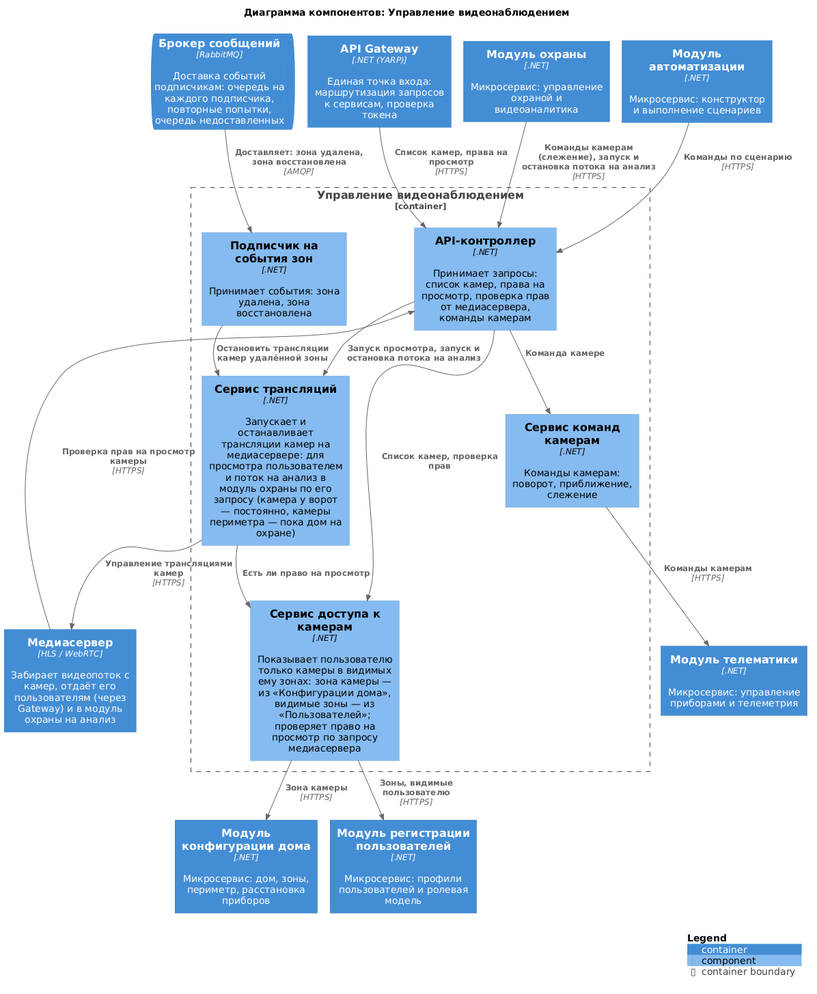
This is diagrams/components/video-control.png from Lyamin-av/architecture-warmhouse, a PlantUML export, as it was before one commit. Its diagram source:
```plantuml
@startuml video-control
!include <C4/C4_Component>

title Диаграмма компонентов: Управление видеонаблюдением

Container(Gateway, "API Gateway", ".NET (YARP)", "Единая точка входа: маршрутизация запросов к сервисам, проверка токена")
Container(MediaServer, "Медиасервер", "HLS / WebRTC", "Забирает видеопоток с камер, отдаёт его пользователям (через Gateway) и в модуль охраны на анализ")
Container(Security, "Модуль охраны", ".NET", "Микросервис: управление охраной и видеоаналитика")
Container(Automation, "Модуль автоматизации", ".NET", "Микросервис: конструктор и выполнение сценариев")
Container(HouseConfigurator, "Модуль конфигурации дома", ".NET", "Микросервис: дом, зоны, периметр, расстановка приборов")
Container(Users, "Модуль регистрации пользователей", ".NET", "Микросервис: профили пользователей и ролевая модель")
Container(Telematics, "Модуль телематики", ".NET", "Микросервис: управление приборами и телеметрия")
ContainerQueue(Broker, "Брокер сообщений", "RabbitMQ", "Доставка событий подписчикам: очередь на каждого подписчика, повторные попытки, очередь недоставленных")

Container_Boundary(VideoControl, "Управление видеонаблюдением") {
    Component(api, "API-контроллер", ".NET", "Принимает запросы: список камер, права на просмотр, проверка прав от медиасервера, команды камерам")
    Component(access, "Сервис доступа к камерам", ".NET", "Показывает пользователю только камеры в видимых ему зонах: зона камеры — из «Конфигурации дома», видимые зоны — из «Пользователей»; проверяет право на просмотр по запросу медиасервера")
    Component(streams, "Сервис трансляций", ".NET", "Запускает и останавливает трансляции камер на медиасервере: для просмотра пользователем и поток на анализ в модуль охраны по его запросу (камера у ворот — постоянно, камеры периметра — пока дом на охране)")
    Component(commands, "Сервис команд камерам", ".NET", "Команды камерам: поворот, приближение, слежение")
    Component(subscriber, "Подписчик на события зон", ".NET", "Принимает события: зона удалена, зона восстановлена")
}

Rel(Gateway, api, "Список камер, права на просмотр", "HTTPS")
Rel(MediaServer, api, "Проверка прав на просмотр камеры", "HTTPS")
Rel(Security, api, "Команды камерам (слежение), запуск и остановка потока на анализ", "HTTPS")
Rel(Automation, api, "Команды по сценарию", "HTTPS")
Rel(Broker, subscriber, "Доставляет: зона удалена, зона восстановлена", "AMQP")

Rel(api, access, "Список камер, проверка прав")
Rel(api, streams, "Запуск просмотра, запуск и остановка потока на анализ")
Rel(api, commands, "Команда камере")
Rel(streams, access, "Есть ли право на просмотр")
Rel(subscriber, streams, "Остановить трансляции камер удалённой зоны")

Rel(access, HouseConfigurator, "Зона камеры", "HTTPS")
Rel(access, Users, "Зоны, видимые пользователю", "HTTPS")
Rel(streams, MediaServer, "Управление трансляциями камер", "HTTPS")
Rel(commands, Telematics, "Команды камерам", "HTTPS")


SHOW_LEGEND()
@enduml
```
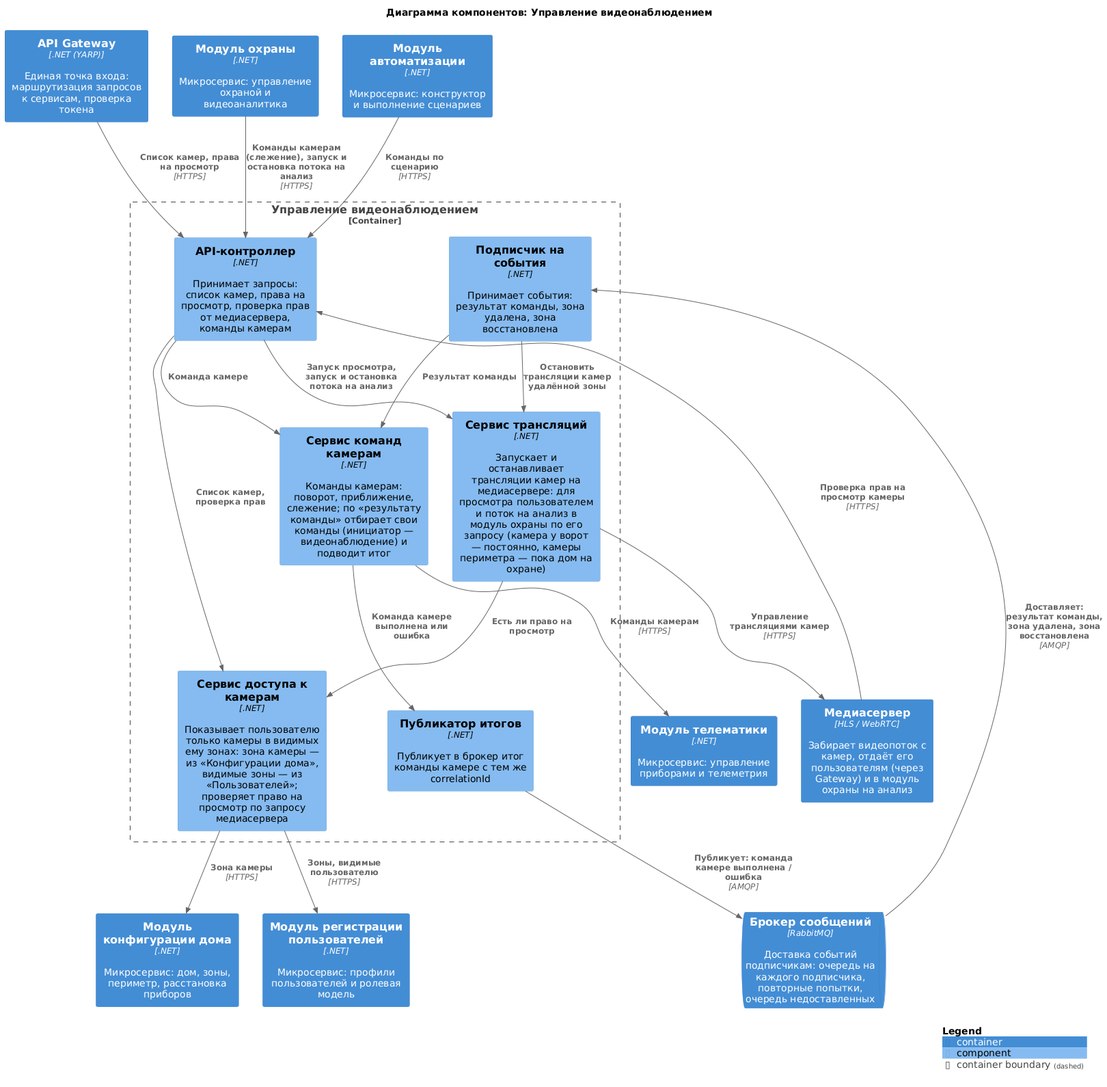
After the change.

The edit, as a diff of the source:
```diff
@@ -16,21 +16,25 @@
     Component(api, "API-контроллер", ".NET", "Принимает запросы: список камер, права на просмотр, проверка прав от медиасервера, команды камерам")
     Component(access, "Сервис доступа к камерам", ".NET", "Показывает пользователю только камеры в видимых ему зонах: зона камеры — из «Конфигурации дома», видимые зоны — из «Пользователей»; проверяет право на просмотр по запросу медиасервера")
     Component(streams, "Сервис трансляций", ".NET", "Запускает и останавливает трансляции камер на медиасервере: для просмотра пользователем и поток на анализ в модуль охраны по его запросу (камера у ворот — постоянно, камеры периметра — пока дом на охране)")
-    Component(commands, "Сервис команд камерам", ".NET", "Команды камерам: поворот, приближение, слежение")
-    Component(subscriber, "Подписчик на события зон", ".NET", "Принимает события: зона удалена, зона восстановлена")
+    Component(commands, "Сервис команд камерам", ".NET", "Команды камерам: поворот, приближение, слежение; по «результату команды» отбирает свои команды (инициатор — видеонаблюдение) и подводит итог")
+    Component(subscriber, "Подписчик на события", ".NET", "Принимает события: результат команды, зона удалена, зона восстановлена")
+    Component(publisher, "Публикатор итогов", ".NET", "Публикует в брокер итог команды камере с тем же correlationId")
 }
 
 Rel(Gateway, api, "Список камер, права на просмотр", "HTTPS")
 Rel(MediaServer, api, "Проверка прав на просмотр камеры", "HTTPS")
 Rel(Security, api, "Команды камерам (слежение), запуск и остановка потока на анализ", "HTTPS")
 Rel(Automation, api, "Команды по сценарию", "HTTPS")
-Rel(Broker, subscriber, "Доставляет: зона удалена, зона восстановлена", "AMQP")
+Rel(Broker, subscriber, "Доставляет: результат команды, зона удалена, зона восстановлена", "AMQP")
 
 Rel(api, access, "Список камер, проверка прав")
 Rel(api, streams, "Запуск просмотра, запуск и остановка потока на анализ")
 Rel(api, commands, "Команда камере")
 Rel(streams, access, "Есть ли право на просмотр")
 Rel(subscriber, streams, "Остановить трансляции камер удалённой зоны")
+Rel(subscriber, commands, "Результат команды")
+Rel(commands, publisher, "Команда камере выполнена или ошибка")
+Rel(publisher, Broker, "Публикует: команда камере выполнена / ошибка", "AMQP")
 
 Rel(access, HouseConfigurator, "Зона камеры", "HTTPS")
 Rel(access, Users, "Зоны, видимые пользователю", "HTTPS")
```
